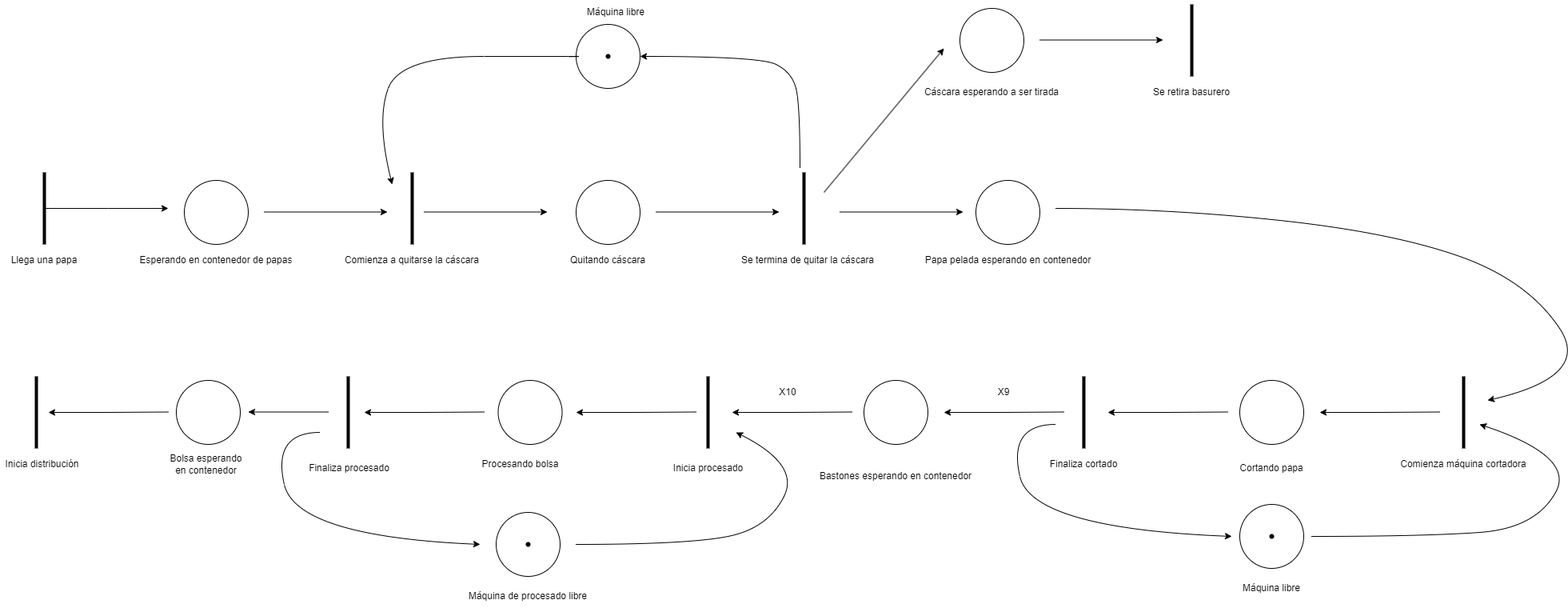
Earlier version of the draw.io export Practica 5/Ejercicio1.png (MarcosRomagnoli/ING1). Source tidied: cells renumbered, new cells last; positions are measured from the earlier drawing's top-left corner, leaving out a move shared by most shapes.
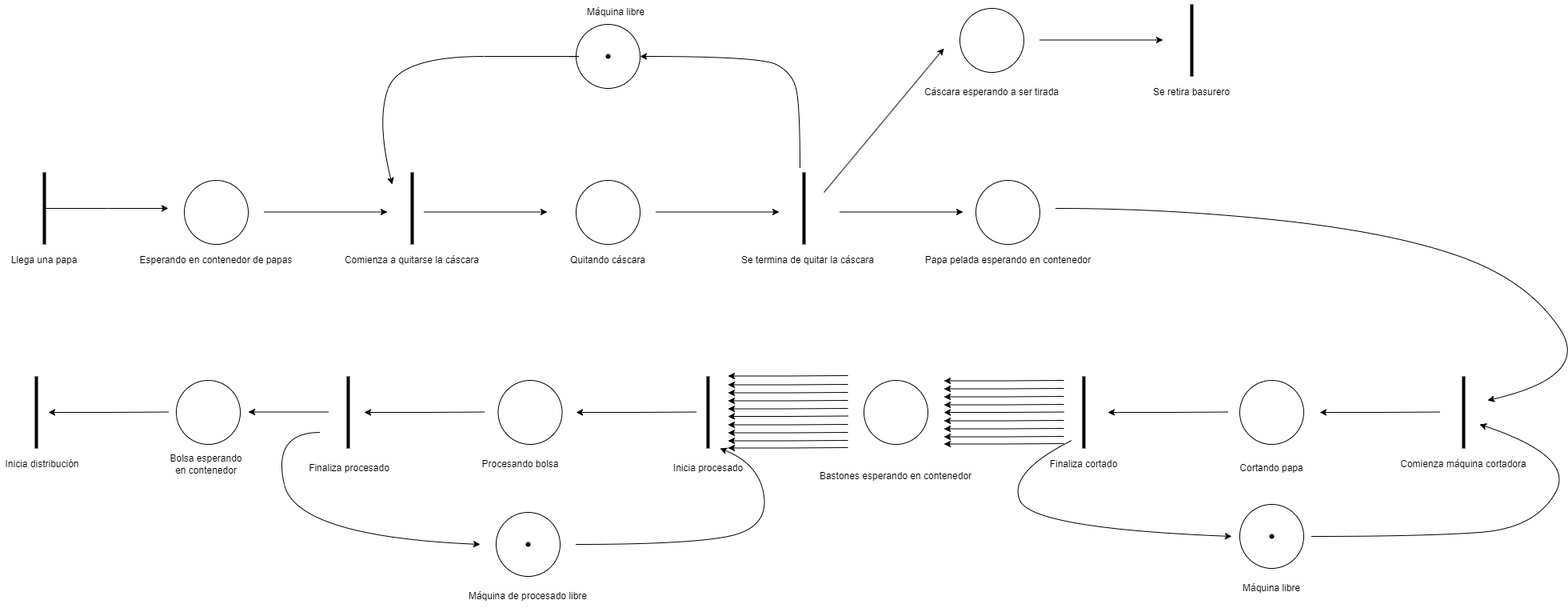
The same diagram one commit later.

What changed in the source:
```diff
@@ -161,21 +161,9 @@
     <mxCell id="37" style="line;strokeWidth=4;direction=south;html=1;perimeter=backbonePerimeter;" parent="1" vertex="1">
       <mxGeometry x="1350" y="470" width="10" height="90" as="geometry" />
     </mxCell>
-    <mxCell id="38" style="edgeStyle=orthogonalEdgeStyle;rounded=0;orthogonalLoop=1;jettySize=auto;html=1;" parent="1" edge="1">
-      <mxGeometry relative="1" as="geometry">
-        <mxPoint x="1330" y="514.5" as="sourcePoint" />
-        <mxPoint x="1180" y="515" as="targetPoint" />
-      </mxGeometry>
-    </mxCell>
     <mxCell id="39" style="ellipse;whiteSpace=wrap;html=1;" parent="1" vertex="1">
       <mxGeometry x="1080" y="475" width="80" height="80" as="geometry" />
     </mxCell>
-    <mxCell id="40" style="edgeStyle=orthogonalEdgeStyle;rounded=0;orthogonalLoop=1;jettySize=auto;html=1;" parent="1" edge="1">
-      <mxGeometry relative="1" as="geometry">
-        <mxPoint x="1065" y="514.5" as="sourcePoint" />
-        <mxPoint x="915" y="515" as="targetPoint" />
-      </mxGeometry>
-    </mxCell>
     <mxCell id="41" style="line;strokeWidth=4;direction=south;html=1;perimeter=backbonePerimeter;" parent="1" vertex="1">
       <mxGeometry x="880" y="470" width="10" height="90" as="geometry" />
     </mxCell>
@@ -202,10 +190,10 @@
     </mxCell>
     <mxCell id="47" style="curved=1;endArrow=classic;html=1;rounded=0;" parent="1" edge="1">
       <mxGeometry relative="1" as="geometry">
-        <mxPoint x="1320" y="530" as="sourcePoint" />
+        <mxPoint x="1340" y="550" as="sourcePoint" />
         <mxPoint x="1540" y="670" as="targetPoint" />
         <Array as="points">
-          <mxPoint x="1260" y="530" />
+          <mxPoint x="1260" y="590" />
           <mxPoint x="1290" y="660" />
         </Array>
       </mxGeometry>
@@ -285,22 +273,130 @@
     <mxCell id="65" style="curved=1;endArrow=classic;html=1;rounded=0;" parent="1" edge="1">
       <mxGeometry relative="1" as="geometry">
         <mxPoint x="720" y="680" as="sourcePoint" />
-        <mxPoint x="920" y="540" as="targetPoint" />
+        <mxPoint x="900" y="560" as="targetPoint" />
         <Array as="points">
           <mxPoint x="860" y="680" />
           <mxPoint x="960" y="660" />
-          <mxPoint x="1000" y="580" />
+          <mxPoint x="950" y="580" />
         </Array>
       </mxGeometry>
     </mxCell>
     <mxCell id="66" style="shape=waypoint;sketch=0;fillStyle=solid;size=6;fillColor=none;perimeter=centerPerimeter;" parent="1" vertex="1">
       <mxGeometry x="650" y="670" width="20" height="20" as="geometry" />
     </mxCell>
-    <mxCell id="67" value="X9" style="text;html=1;align=center;verticalAlign=middle;whiteSpace=wrap;rounded=0;" parent="1" vertex="1">
-      <mxGeometry x="1230" y="475" width="50" height="30" as="geometry" />
-    </mxCell>
-    <mxCell id="68" value="X10" style="text;html=1;align=center;verticalAlign=middle;whiteSpace=wrap;rounded=0;" parent="1" vertex="1">
-      <mxGeometry x="960" y="475" width="50" height="30" as="geometry" />
-    </mxCell>
+    <mxCell id="69" style="edgeStyle=orthogonalEdgeStyle;rounded=0;orthogonalLoop=1;jettySize=auto;html=1;" parent="1" edge="1">
+      <mxGeometry relative="1" as="geometry">
+        <mxPoint x="1330" y="495" as="sourcePoint" />
+        <mxPoint x="1180" y="495.5" as="targetPoint" />
+      </mxGeometry>
+    </mxCell>
+    <mxCell id="70" style="edgeStyle=orthogonalEdgeStyle;rounded=0;orthogonalLoop=1;jettySize=auto;html=1;" parent="1" edge="1">
+      <mxGeometry relative="1" as="geometry">
+        <mxPoint x="1330" y="485" as="sourcePoint" />
+        <mxPoint x="1180" y="485.5" as="targetPoint" />
+      </mxGeometry>
+    </mxCell>
+    <mxCell id="71" style="edgeStyle=orthogonalEdgeStyle;rounded=0;orthogonalLoop=1;jettySize=auto;html=1;" parent="1" edge="1">
+      <mxGeometry relative="1" as="geometry">
+        <mxPoint x="1330" y="475" as="sourcePoint" />
+        <mxPoint x="1180" y="475.5" as="targetPoint" />
+      </mxGeometry>
+    </mxCell>
+    <mxCell id="72" style="edgeStyle=orthogonalEdgeStyle;rounded=0;orthogonalLoop=1;jettySize=auto;html=1;" parent="1" edge="1">
+      <mxGeometry relative="1" as="geometry">
+        <mxPoint x="1330" y="505" as="sourcePoint" />
+        <mxPoint x="1180" y="505.5" as="targetPoint" />
+      </mxGeometry>
+    </mxCell>
+    <mxCell id="73" style="edgeStyle=orthogonalEdgeStyle;rounded=0;orthogonalLoop=1;jettySize=auto;html=1;" parent="1" edge="1">
+      <mxGeometry relative="1" as="geometry">
+        <mxPoint x="1330" y="514.5" as="sourcePoint" />
+        <mxPoint x="1180" y="515" as="targetPoint" />
+      </mxGeometry>
+    </mxCell>
+    <mxCell id="74" style="edgeStyle=orthogonalEdgeStyle;rounded=0;orthogonalLoop=1;jettySize=auto;html=1;" parent="1" edge="1">
+      <mxGeometry relative="1" as="geometry">
+        <mxPoint x="1330" y="525" as="sourcePoint" />
+        <mxPoint x="1180" y="525.5" as="targetPoint" />
+      </mxGeometry>
+    </mxCell>
+    <mxCell id="75" style="edgeStyle=orthogonalEdgeStyle;rounded=0;orthogonalLoop=1;jettySize=auto;html=1;" parent="1" edge="1">
+      <mxGeometry relative="1" as="geometry">
+        <mxPoint x="1330" y="535" as="sourcePoint" />
+        <mxPoint x="1180" y="535.5" as="targetPoint" />
+      </mxGeometry>
+    </mxCell>
+    <mxCell id="76" style="edgeStyle=orthogonalEdgeStyle;rounded=0;orthogonalLoop=1;jettySize=auto;html=1;" parent="1" edge="1">
+      <mxGeometry relative="1" as="geometry">
+        <mxPoint x="1330" y="545" as="sourcePoint" />
+        <mxPoint x="1180" y="545.5" as="targetPoint" />
+      </mxGeometry>
+    </mxCell>
+    <mxCell id="77" style="edgeStyle=orthogonalEdgeStyle;rounded=0;orthogonalLoop=1;jettySize=auto;html=1;" parent="1" edge="1">
+      <mxGeometry relative="1" as="geometry">
+        <mxPoint x="1330" y="554" as="sourcePoint" />
+        <mxPoint x="1180" y="554.5" as="targetPoint" />
+      </mxGeometry>
+    </mxCell>
+    <mxCell id="78" style="edgeStyle=orthogonalEdgeStyle;rounded=0;orthogonalLoop=1;jettySize=auto;html=1;" parent="1" edge="1">
+      <mxGeometry relative="1" as="geometry">
+        <mxPoint x="1060" y="500" as="sourcePoint" />
+        <mxPoint x="910" y="500.5" as="targetPoint" />
+      </mxGeometry>
+    </mxCell>
+    <mxCell id="79" style="edgeStyle=orthogonalEdgeStyle;rounded=0;orthogonalLoop=1;jettySize=auto;html=1;" parent="1" edge="1">
+      <mxGeometry relative="1" as="geometry">
+        <mxPoint x="1060" y="490" as="sourcePoint" />
+        <mxPoint x="910" y="490.5" as="targetPoint" />
+      </mxGeometry>
+    </mxCell>
+    <mxCell id="80" style="edgeStyle=orthogonalEdgeStyle;rounded=0;orthogonalLoop=1;jettySize=auto;html=1;" parent="1" edge="1">
+      <mxGeometry relative="1" as="geometry">
+        <mxPoint x="1060" y="480" as="sourcePoint" />
+        <mxPoint x="910" y="480.5" as="targetPoint" />
+      </mxGeometry>
+    </mxCell>
+    <mxCell id="81" style="edgeStyle=orthogonalEdgeStyle;rounded=0;orthogonalLoop=1;jettySize=auto;html=1;" parent="1" edge="1">
+      <mxGeometry relative="1" as="geometry">
+        <mxPoint x="1060" y="510" as="sourcePoint" />
+        <mxPoint x="910" y="510.5" as="targetPoint" />
+      </mxGeometry>
+    </mxCell>
+    <mxCell id="82" style="edgeStyle=orthogonalEdgeStyle;rounded=0;orthogonalLoop=1;jettySize=auto;html=1;" parent="1" edge="1">
+      <mxGeometry relative="1" as="geometry">
+        <mxPoint x="1060" y="519.5" as="sourcePoint" />
+        <mxPoint x="910" y="520" as="targetPoint" />
+      </mxGeometry>
+    </mxCell>
+    <mxCell id="83" style="edgeStyle=orthogonalEdgeStyle;rounded=0;orthogonalLoop=1;jettySize=auto;html=1;" parent="1" edge="1">
+      <mxGeometry relative="1" as="geometry">
+        <mxPoint x="1060" y="530" as="sourcePoint" />
+        <mxPoint x="910" y="530.5" as="targetPoint" />
+      </mxGeometry>
+    </mxCell>
+    <mxCell id="84" style="edgeStyle=orthogonalEdgeStyle;rounded=0;orthogonalLoop=1;jettySize=auto;html=1;" parent="1" edge="1">
+      <mxGeometry relative="1" as="geometry">
+        <mxPoint x="1060" y="540" as="sourcePoint" />
+        <mxPoint x="910" y="540.5" as="targetPoint" />
+      </mxGeometry>
+    </mxCell>
+    <mxCell id="85" style="edgeStyle=orthogonalEdgeStyle;rounded=0;orthogonalLoop=1;jettySize=auto;html=1;" parent="1" edge="1">
+      <mxGeometry relative="1" as="geometry">
+        <mxPoint x="1060" y="550" as="sourcePoint" />
+        <mxPoint x="910" y="550.5" as="targetPoint" />
+      </mxGeometry>
+    </mxCell>
+    <mxCell id="86" style="edgeStyle=orthogonalEdgeStyle;rounded=0;orthogonalLoop=1;jettySize=auto;html=1;" parent="1" edge="1">
+      <mxGeometry relative="1" as="geometry">
+        <mxPoint x="1060" y="559" as="sourcePoint" />
+        <mxPoint x="910" y="559.5" as="targetPoint" />
+      </mxGeometry>
+    </mxCell>
+    <mxCell id="87" style="edgeStyle=orthogonalEdgeStyle;rounded=0;orthogonalLoop=1;jettySize=auto;html=1;" parent="1" edge="1">
+      <mxGeometry relative="1" as="geometry">
+        <mxPoint x="1060" y="469" as="sourcePoint" />
+        <mxPoint x="910" y="469.5" as="targetPoint" />
+      </mxGeometry>
+    </mxCell>
   </root>
 </mxGraphModel>
```
